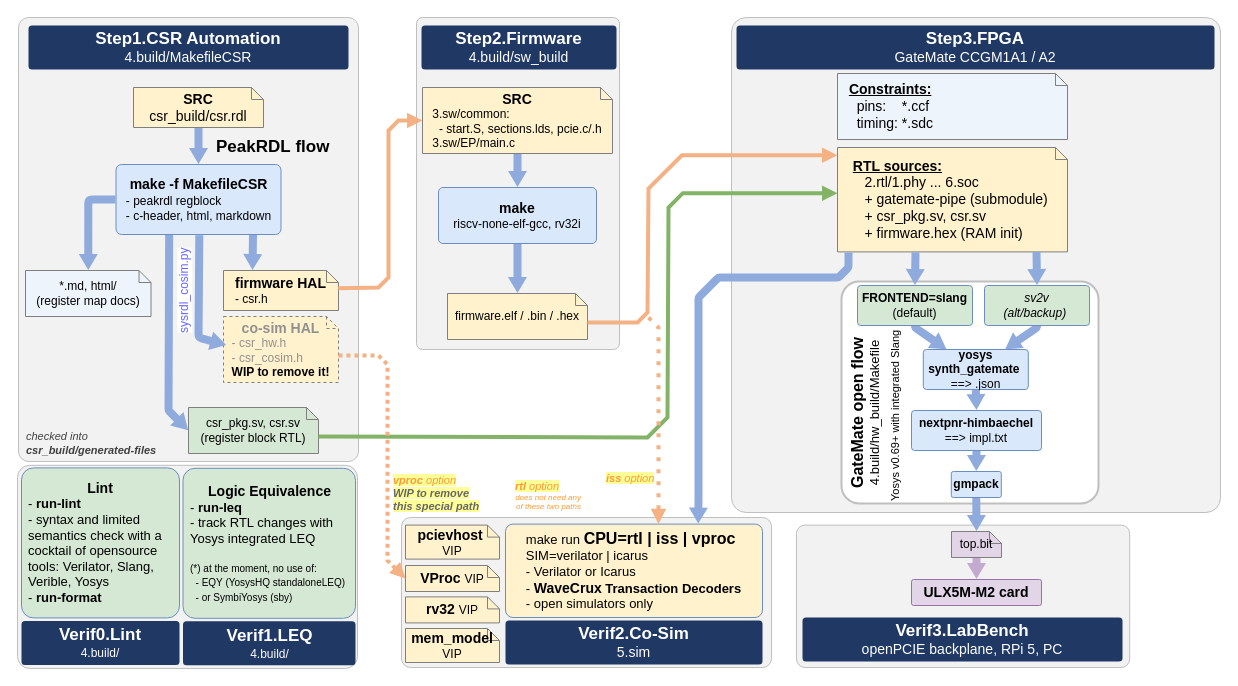
The draw.io diagram 0.doc/4.build/build-flow.drawio in chili-chips-ba/openCologne-PCIE, before the edit. Source tidied: cells renumbered, new cells numbered last; positions are measured from the earlier drawing's top-left corner, leaving out a move shared by most shapes. Both pictures are drawn from the tidied source at 100%, with x=0, y=0 at pixel (17, 17).
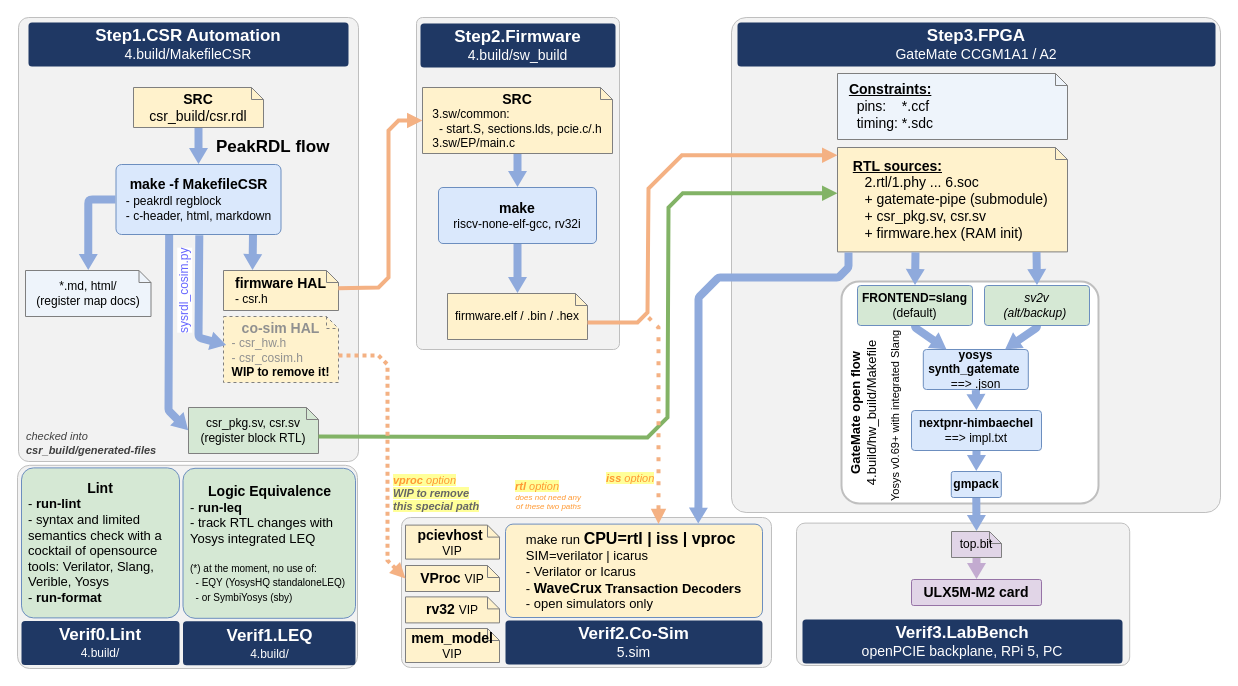
The same page after the edit.

Change to the diagram source:
```diff
@@
     <mxCell id="2" style="rounded=1;whiteSpace=wrap;html=1;arcSize=8;fillColor=#f2f2f2;strokeColor=#bfbfbf;fontColor=#ffffff;fontSize=13;fontStyle=0;align=center;verticalAlign=middle;spacingLeft=6;spacingRight=6;arcSize=6;" parent="1" vertex="1">
-      <mxGeometry x="779" y="507.6" width="333.2" height="142.4" as="geometry" />
+      <mxGeometry x="779" y="505.6" width="333.2" height="142.4" as="geometry" />
     </mxCell>
@@
     <mxCell id="5" value="&lt;b style=&quot;font-size:17px&quot;&gt;Step1.CSR Automation&lt;/b&gt;&lt;br&gt;&lt;font style=&quot;font-size: 14px;&quot;&gt;4.build/MakefileCSR&lt;/font&gt;" style="rounded=1;whiteSpace=wrap;html=1;arcSize=8;fillColor=#1f3864;strokeColor=none;fontColor=#ffffff;fontSize=13;fontStyle=0;align=center;verticalAlign=middle;spacingLeft=6;spacingRight=6;" parent="1" vertex="1">
-      <mxGeometry x="11" y="8" width="320" height="44" as="geometry" />
+      <mxGeometry x="11" y="5" width="320" height="44" as="geometry" />
     </mxCell>
@@
     <mxCell id="15" value="&lt;b style=&quot;font-size:17px&quot;&gt;Step2.Firmware&lt;/b&gt;&lt;br&gt;&lt;font style=&quot;font-size: 14px;&quot;&gt;4.build/sw_build&lt;/font&gt;" style="rounded=1;whiteSpace=wrap;html=1;arcSize=8;fillColor=#1f3864;strokeColor=none;fontColor=#ffffff;fontSize=13;fontStyle=0;align=center;verticalAlign=middle;spacingLeft=6;spacingRight=6;" parent="1" vertex="1">
-      <mxGeometry x="404" y="8" width="195" height="44" as="geometry" />
+      <mxGeometry x="403" y="6" width="195" height="44" as="geometry" />
     </mxCell>
@@
     <mxCell id="22" value="&lt;b style=&quot;font-size:17px&quot;&gt;Step3.FPGA&lt;/b&gt;&lt;br&gt;&lt;font style=&quot;font-size: 14px;&quot;&gt;GateMate CCGM1A1 / A2&lt;/font&gt;" style="rounded=1;whiteSpace=wrap;html=1;arcSize=8;fillColor=#1f3864;strokeColor=none;fontColor=#ffffff;fontSize=13;fontStyle=0;align=center;verticalAlign=middle;spacingLeft=6;spacingRight=6;" parent="1" vertex="1">
-      <mxGeometry x="719" y="8" width="478" height="44" as="geometry" />
+      <mxGeometry x="720" y="5" width="478" height="44" as="geometry" />
     </mxCell>
@@
-    <mxCell id="54" value="&lt;span&gt;&lt;b style=&quot;forced-color-adjust: none; orphans: 2; text-indent: 0px; widows: 2; text-decoration-thickness: initial; text-decoration-style: initial; text-decoration-color: initial; white-space: normal; -webkit-text-stroke-width: 0px; word-spacing: 0px; text-transform: none; letter-spacing: normal; font-variant-caps: normal; font-variant-ligatures: normal; font-style: normal; font-size: 13px; font-family: Helvetica; color: rgb(0, 0, 0);&quot;&gt;&lt;font style=&quot;forced-color-adjust: none; font-size: 16px;&quot;&gt;GateMate open flow&lt;/font&gt;&lt;/b&gt;&lt;br style=&quot;forced-color-adjust: none; color: rgb(0, 0, 0); font-family: Helvetica; font-size: 13px; font-style: normal; font-variant-ligatures: normal; font-variant-caps: normal; font-weight: 400; letter-spacing: normal; orphans: 2; text-indent: 0px; text-transform: none; widows: 2; word-spacing: 0px; -webkit-text-stroke-width: 0px; white-space: normal; text-decoration-thickness: initial; text-decoration-style: initial; text-decoration-color: initial;&quot;&gt;&lt;font style=&quot;forced-color-adjust: none; color: rgb(0, 0, 0); font-family: Helvetica; font-size: 13px; font-style: normal; font-variant-ligatures: normal; font-variant-caps: normal; font-weight: 400; letter-spacing: normal; orphans: 2; text-indent: 0px; text-transform: none; widows: 2; word-spacing: 0px; -webkit-text-stroke-width: 0px; white-space: normal; text-decoration-thickness: initial; text-decoration-style: initial; text-decoration-color: initial;&quot;&gt;4.build/hw_build/Makefile&lt;/font&gt;&lt;/span&gt;" style="text;whiteSpace=wrap;html=1;rotation=-90;align=center;" parent="1" vertex="1">
+    <mxCell id="54" value="&lt;span&gt;&lt;font style=&quot;font-size: 13px;&quot;&gt;&lt;b style=&quot;forced-color-adjust: none; orphans: 2; text-indent: 0px; widows: 2; text-decoration-thickness: initial; text-decoration-style: initial; text-decoration-color: initial; white-space: normal; -webkit-text-stroke-width: 0px; word-spacing: 0px; text-transform: none; letter-spacing: normal; font-variant-caps: normal; font-variant-ligatures: normal; font-style: normal; font-family: Helvetica; color: rgb(0, 0, 0);&quot;&gt;&lt;font style=&quot;forced-color-adjust: none;&quot;&gt;GateMate open flow&lt;/font&gt;&lt;/b&gt;&lt;br style=&quot;forced-color-adjust: none; color: rgb(0, 0, 0); font-family: Helvetica; font-style: normal; font-variant-ligatures: normal; font-variant-caps: normal; font-weight: 400; letter-spacing: normal; orphans: 2; text-indent: 0px; text-transform: none; widows: 2; word-spacing: 0px; -webkit-text-stroke-width: 0px; white-space: normal; text-decoration-thickness: initial; text-decoration-style: initial; text-decoration-color: initial;&quot;&gt;&lt;font style=&quot;forced-color-adjust: none; color: rgb(0, 0, 0); font-family: Helvetica; font-style: normal; font-variant-ligatures: normal; font-variant-caps: normal; font-weight: 400; letter-spacing: normal; orphans: 2; text-indent: 0px; text-transform: none; widows: 2; word-spacing: 0px; -webkit-text-stroke-width: 0px; white-space: normal; text-decoration-thickness: initial; text-decoration-style: initial; text-decoration-color: initial;&quot;&gt;4.build/hw_build/Makefile&lt;/font&gt;&lt;/font&gt;&lt;/span&gt;" style="text;whiteSpace=wrap;html=1;rotation=-90;align=center;" parent="1" vertex="1">
       <mxGeometry x="764.5" y="371" width="169" height="50" as="geometry" />
     </mxCell>
@@
     <mxCell id="62" value="&lt;b style=&quot;font-size:17px&quot;&gt;Verif3.LabBench&lt;/b&gt;&lt;div&gt;&lt;span style=&quot;color: rgb(255, 255, 255);&quot;&gt;&lt;span style=&quot;font-size: 14px;&quot;&gt;openPCIE backplane,&amp;nbsp;&lt;/span&gt;&lt;/span&gt;&lt;span style=&quot;font-size: 14px; background-color: transparent; color: light-dark(rgb(255, 255, 255), rgb(18, 18, 18));&quot;&gt;RPi 5, PC&lt;/span&gt;&lt;/div&gt;" style="rounded=1;whiteSpace=wrap;html=1;arcSize=8;fillColor=#1f3864;strokeColor=none;fontColor=#ffffff;fontSize=13;fontStyle=0;align=center;verticalAlign=middle;spacingLeft=6;spacingRight=6;" parent="1" vertex="1">
-      <mxGeometry x="785" y="600" width="320" height="44" as="geometry" />
+      <mxGeometry x="785" y="602" width="320" height="44" as="geometry" />
     </mxCell>
```
